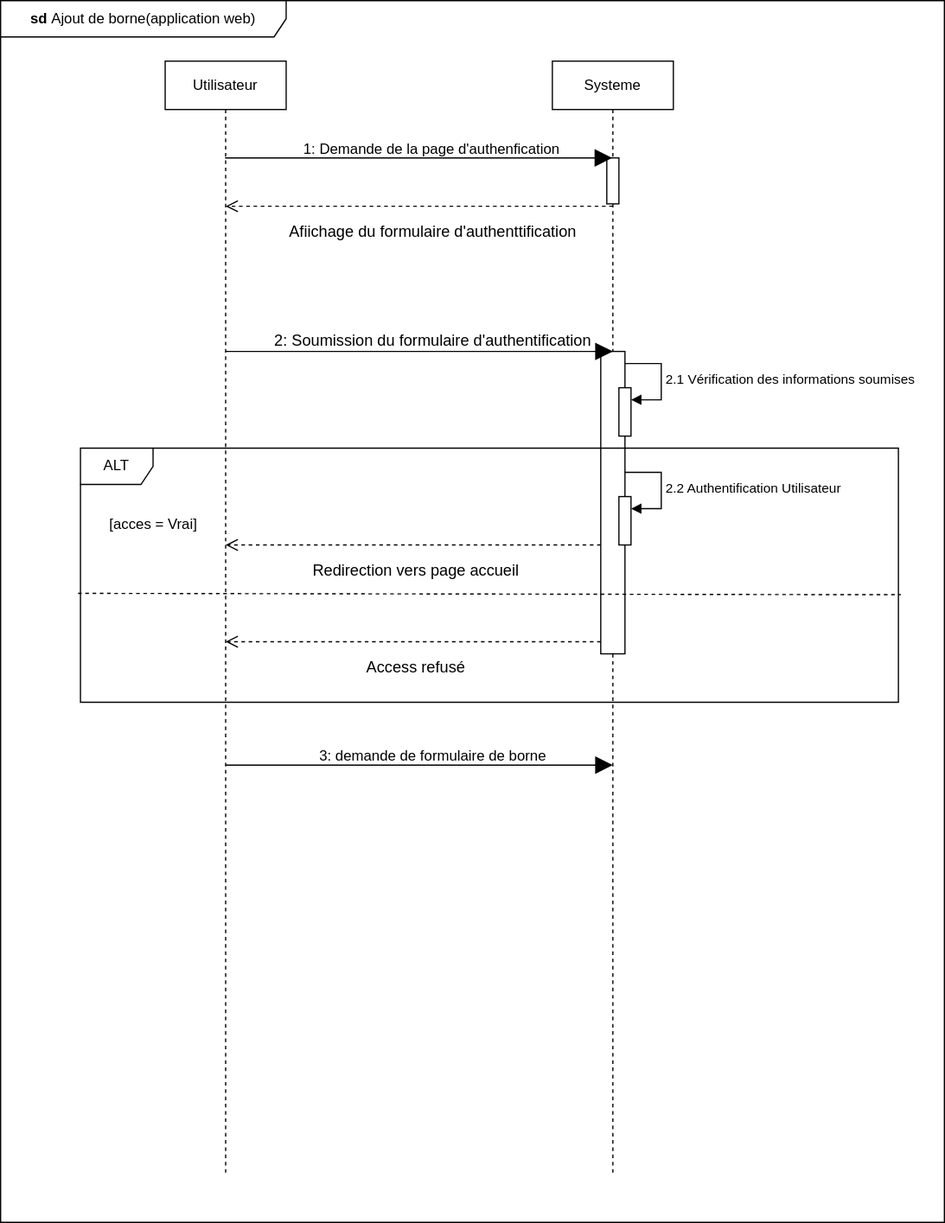
Above: static/Diagramme de séquence ajout de borne dans flask .drawio.svg in Siluearsene/borne_biometrique (draw.io), before the change. Source tidied: cells renumbered, new cells last; positions are measured from the earlier drawing's top-left corner, leaving out a move shared by most shapes.
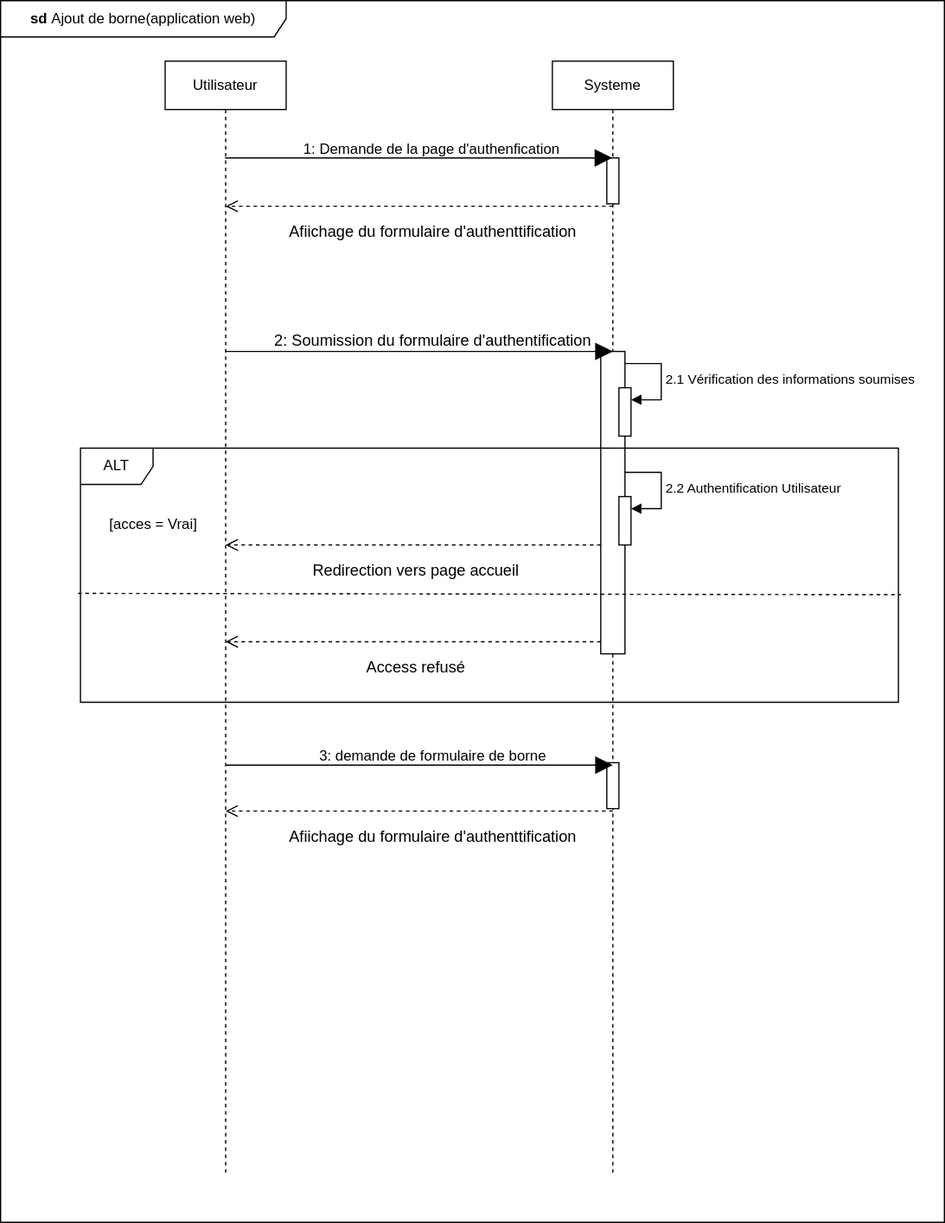
The same diagram one commit later.

Commit message:
Mettre à jour Diagramme de séquence ajout de borne dans flask .drawio.svg

Diff of the diagram source:
```diff
@@ -39,6 +39,9 @@
         </Array>
       </mxGeometry>
     </mxCell>
+    <mxCell id="26" style="html=1;perimeter=orthogonalPerimeter;targetShapes=umlLifeline;newEdgeStyle={&quot;edgeStyle&quot;:&quot;elbowEdgeStyle&quot;,&quot;elbow&quot;:&quot;vertical&quot;,&quot;curved&quot;:0,&quot;rounded&quot;:0};rounded=0;" parent="4" vertex="1">
+      <mxGeometry x="45" y="580" width="10" height="38" as="geometry" />
+    </mxCell>
     <mxCell id="11" style="endArrow=block;endFill=1;endSize=12;html=1;rounded=0;" parent="1" edge="1">
       <mxGeometry relative="1" as="geometry">
         <mxPoint x="185.5" y="130" as="sourcePoint" />
@@ -124,5 +127,19 @@
     <mxCell id="25" value="3: demande de formulaire de borne" style="text;html=1;align=center;verticalAlign=middle;strokeColor=none;fillColor=none;rounded=0;" parent="1" vertex="1">
       <mxGeometry x="251.5" y="610" width="210" height="30" as="geometry" />
     </mxCell>
+    <mxCell id="27" style="html=1;verticalAlign=bottom;endArrow=open;dashed=1;endSize=8;edgeStyle=elbowEdgeStyle;elbow=vertical;curved=0;rounded=0;" parent="1" edge="1">
+      <mxGeometry relative="1" as="geometry">
+        <mxPoint x="506" y="670" as="sourcePoint" />
+        <mxPoint x="186" y="670" as="targetPoint" />
+        <Array as="points">
+          <mxPoint x="342.5" y="670" />
+        </Array>
+      </mxGeometry>
+    </mxCell>
+    <mxCell id="28" value="&lt;font style=&quot;font-size: 13px;&quot;&gt;Afiichage du formulaire d'authenttification&lt;/font&gt;" style="edgeLabel;html=1;align=center;verticalAlign=middle;rounded=0;" parent="27" vertex="1">
+      <mxGeometry x="0.12" y="1" relative="1" as="geometry">
+        <mxPoint x="29" y="19" as="offset" />
+      </mxGeometry>
+    </mxCell>
   </root>
 </mxGraphModel>
```
